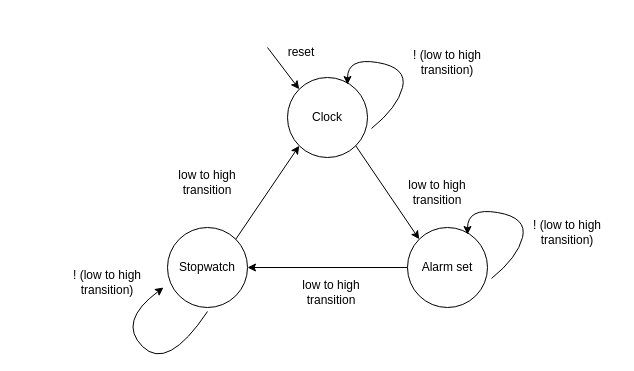
Above: page "Top level" (4 of 4) of Stopwatch FSM.drawio in epicfletch/UWE-Stopwatch-3LM (draw.io), before the change. Source tidied: cells renumbered, new cells numbered last; positions are measured from the earlier drawing's top-left corner, leaving out a move shared by most shapes. Both pictures are drawn from the tidied source at 100%, with x=0, y=0 at pixel (57, 37).
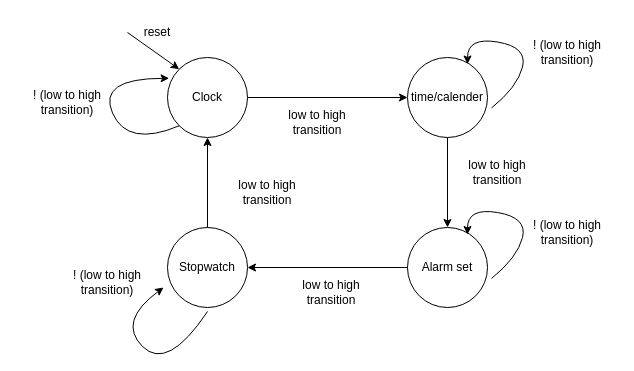
Above is the later version.

Unchanged cells that the change refers to:
```xml
<mxCell id="3" value="Alarm set" style="ellipse;whiteSpace=wrap;html=1;" parent="1" vertex="1">
  <mxGeometry x="350" y="190" width="80" height="80" as="geometry" />
</mxCell>
<mxCell id="4" value="Stopwatch" style="ellipse;whiteSpace=wrap;html=1;" parent="1" vertex="1">
  <mxGeometry x="110" y="190" width="80" height="80" as="geometry" />
</mxCell>
```

Diff of the diagram source:
```diff
@@
-    <mxCell id="2" value="Clock" style="ellipse;whiteSpace=wrap;html=1;" parent="1" vertex="1">
-      <mxGeometry x="230" y="40" width="80" height="80" as="geometry" />
+    <mxCell id="2" value="time/calender" style="ellipse;whiteSpace=wrap;html=1;" parent="1" vertex="1">
+      <mxGeometry x="350" y="20" width="80" height="80" as="geometry" />
     </mxCell>
@@
-    <mxCell id="6" style="endArrow=classic;html=1;rounded=0;exitX=1;exitY=1;exitDx=0;exitDy=0;entryX=0;entryY=0;entryDx=0;entryDy=0;" parent="1" edge="1" source="2" target="3">
+    <mxCell id="6" style="endArrow=classic;html=1;rounded=0;exitX=0.5;exitY=1;exitDx=0;exitDy=0;entryX=0.5;entryY=0;entryDx=0;entryDy=0;" parent="1" edge="1" source="2" target="3">
       <mxGeometry relative="1" as="geometry" />
     </mxCell>
-    <mxCell id="7" style="endArrow=classic;html=1;rounded=0;exitX=1;exitY=0;exitDx=0;exitDy=0;entryX=0;entryY=1;entryDx=0;entryDy=0;" parent="1" edge="1" source="4" target="2">
-      <mxGeometry relative="1" as="geometry" />
-    </mxCell>
-    <mxCell id="8" style="endArrow=classic;html=1;rounded=0;entryX=0;entryY=0;entryDx=0;entryDy=0;" parent="1" edge="1" target="2">
+    <mxCell id="8" style="endArrow=classic;html=1;rounded=0;entryX=0;entryY=0.5;entryDx=0;entryDy=0;" parent="1" edge="1" target="2">
       <mxGeometry relative="1" as="geometry">
-        <mxPoint x="210" y="10" as="sourcePoint" />
+        <mxPoint x="190" y="60" as="sourcePoint" />
       </mxGeometry>
     </mxCell>
     <mxCell id="9" value="reset" style="text;html=1;align=center;verticalAlign=middle;whiteSpace=wrap;rounded=0;" parent="1" vertex="1">
-      <mxGeometry x="214" width="60" height="30" as="geometry" />
+      <mxGeometry x="70" y="-20" width="60" height="30" as="geometry" />
     </mxCell>
@@
     <mxCell id="13" style="curved=1;endArrow=classic;html=1;rounded=0;exitX=1.05;exitY=0.64;exitDx=0;exitDy=0;exitPerimeter=0;entryX=0.75;entryY=0.085;entryDx=0;entryDy=0;entryPerimeter=0;" parent="1" edge="1">
       <mxGeometry relative="1" as="geometry">
-        <mxPoint x="314" y="91" as="sourcePoint" />
-        <mxPoint x="290" y="47" as="targetPoint" />
+        <mxPoint x="434" y="70.5" as="sourcePoint" />
+        <mxPoint x="410" y="26.5" as="targetPoint" />
         <Array as="points">
-          <mxPoint x="340" y="70" />
-          <mxPoint x="350" y="30" />
-          <mxPoint x="290" y="20" />
+          <mxPoint x="460" y="49.5" />
+          <mxPoint x="470" y="9.5" />
+          <mxPoint x="410" y="-0.5" />
         </Array>
       </mxGeometry>
     </mxCell>
@@
     <mxCell id="15" value="low to high transition" style="text;html=1;align=center;verticalAlign=middle;whiteSpace=wrap;rounded=0;" parent="1" vertex="1">
-      <mxGeometry x="100" y="130" width="100" height="30" as="geometry" />
+      <mxGeometry x="160" y="140" width="100" height="30" as="geometry" />
     </mxCell>
     <mxCell id="16" value="low to high transition" style="text;html=1;align=center;verticalAlign=middle;whiteSpace=wrap;rounded=0;" parent="1" vertex="1">
-      <mxGeometry x="330" y="140" width="100" height="30" as="geometry" />
+      <mxGeometry x="390" y="120" width="100" height="30" as="geometry" />
     </mxCell>
     <mxCell id="17" value="! (&lt;span style=&quot;background-color: transparent; color: light-dark(rgb(0, 0, 0), rgb(255, 255, 255));&quot;&gt;low to high transition)&lt;/span&gt;" style="text;html=1;align=center;verticalAlign=middle;whiteSpace=wrap;rounded=0;" parent="1" vertex="1">
-      <mxGeometry x="340" y="10" width="100" height="30" as="geometry" />
+      <mxGeometry x="460" width="100" height="30" as="geometry" />
     </mxCell>
@@
+    <mxCell id="19" value="Clock" style="ellipse;whiteSpace=wrap;html=1;" parent="1" vertex="1">
+      <mxGeometry x="110" y="20" width="80" height="80" as="geometry" />
+    </mxCell>
+    <mxCell id="20" style="endArrow=classic;html=1;rounded=0;exitX=0.5;exitY=0;exitDx=0;exitDy=0;entryX=0.5;entryY=1;entryDx=0;entryDy=0;" parent="1" edge="1" source="4" target="19">
+      <mxGeometry relative="1" as="geometry" />
+    </mxCell>
+    <mxCell id="21" value="low to high transition" style="text;html=1;align=center;verticalAlign=middle;whiteSpace=wrap;rounded=0;" parent="1" vertex="1">
+      <mxGeometry x="210" y="70" width="100" height="30" as="geometry" />
+    </mxCell>
+    <mxCell id="22" style="curved=1;endArrow=classic;html=1;rounded=0;entryX=0.02;entryY=0.26;entryDx=0;entryDy=0;entryPerimeter=0;exitX=0;exitY=1;exitDx=0;exitDy=0;" parent="1" edge="1" source="19" target="19">
+      <mxGeometry relative="1" as="geometry">
+        <Array as="points">
+          <mxPoint x="70" y="110" />
+          <mxPoint x="40" y="41" />
+        </Array>
+      </mxGeometry>
+    </mxCell>
+    <mxCell id="23" value="! (&lt;span style=&quot;background-color: transparent; color: light-dark(rgb(0, 0, 0), rgb(255, 255, 255));&quot;&gt;low to high transition)&lt;/span&gt;" style="text;html=1;align=center;verticalAlign=middle;whiteSpace=wrap;rounded=0;" parent="1" vertex="1">
+      <mxGeometry x="-40" y="50" width="100" height="30" as="geometry" />
+    </mxCell>
+    <mxCell id="24" style="endArrow=classic;html=1;rounded=0;entryX=0;entryY=0;entryDx=0;entryDy=0;exitX=0;exitY=0.5;exitDx=0;exitDy=0;" parent="1" edge="1" source="9" target="19">
+      <mxGeometry relative="1" as="geometry" />
+    </mxCell>
```
